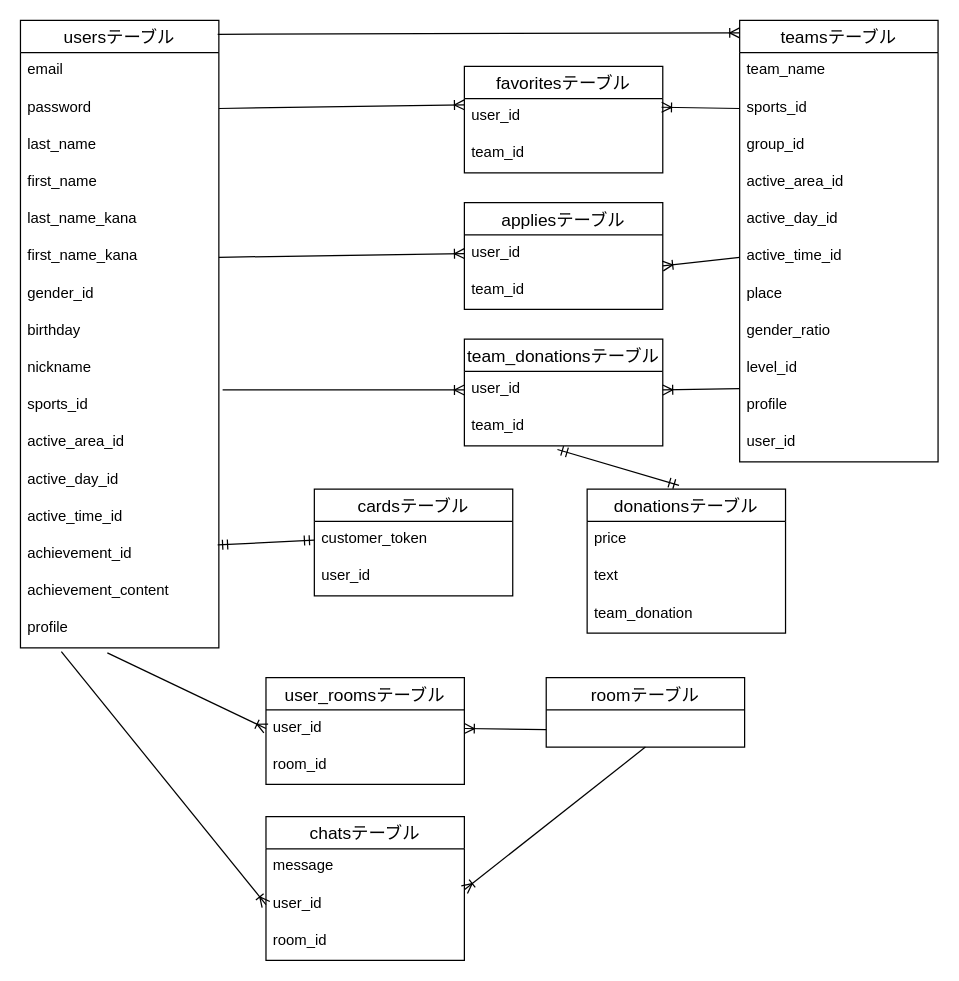
The draw.io diagram spotch.dio in HAYASHI65/spotch, before the edit. Source tidied: cells renumbered, new cells numbered last; positions are measured from the earlier drawing's top-left corner, leaving out a move shared by most shapes. Both pictures are drawn from the tidied source at 124%, with x=0, y=0 at pixel (20, 20).
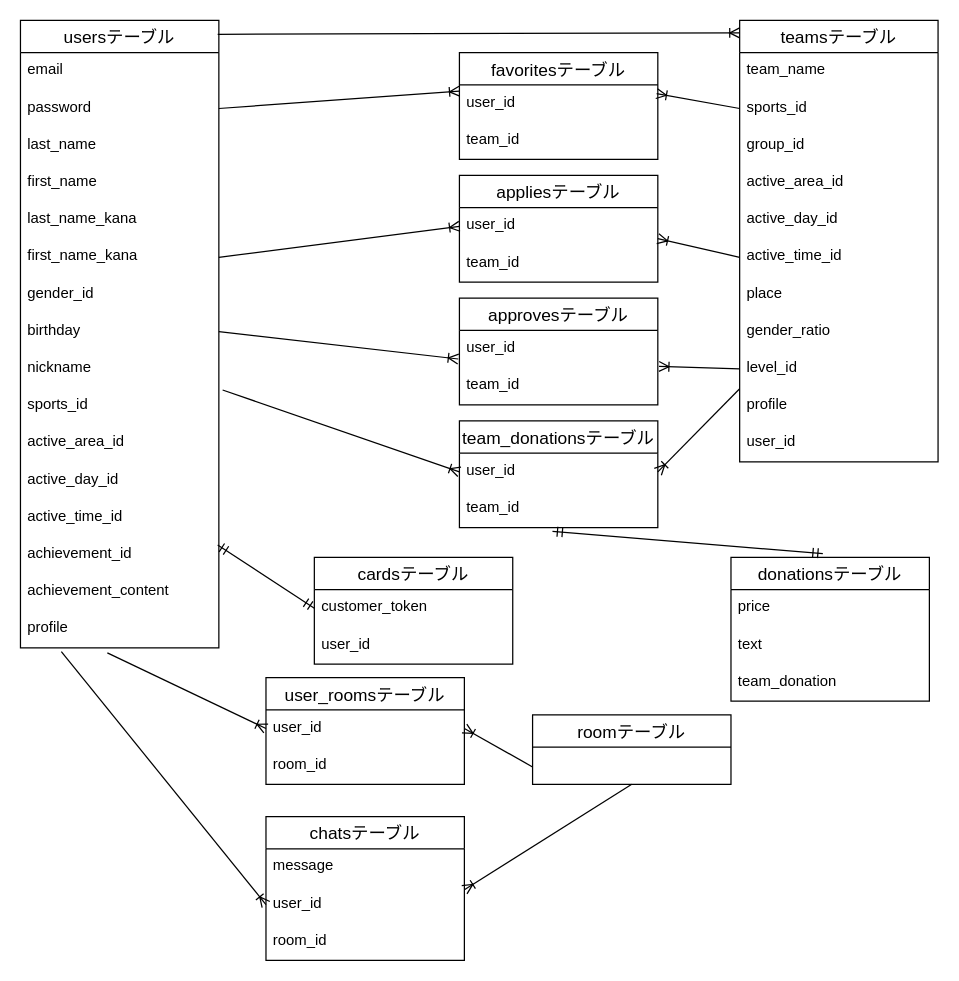
After the change.

Unchanged cells that the change refers to:
```xml
<mxCell id="10" value="birthday" style="text;strokeColor=none;fillColor=none;spacingLeft=4;spacingRight=4;overflow=hidden;points=[[0,0.5],[1,0.5]];portConstraint=eastwest;fontSize=12;" parent="2" vertex="1">
  <mxGeometry y="236" width="160" height="30" as="geometry" />
</mxCell>
<mxCell id="28" value="level_id" style="text;strokeColor=none;fillColor=none;spacingLeft=4;spacingRight=4;overflow=hidden;points=[[0,0.5],[1,0.5]];portConstraint=eastwest;fontSize=12;" parent="19" vertex="1">
  <mxGeometry y="266" width="160" height="30" as="geometry" />
</mxCell>
```

Diff of the diagram source:
```diff
@@
     <mxCell id="31" value="favoritesテーブル" style="swimlane;fontStyle=0;horizontal=1;startSize=26;align=center;fontSize=14;" parent="1" vertex="1">
-      <mxGeometry x="358" y="37" width="160" height="86" as="geometry" />
+      <mxGeometry x="354" y="26" width="160" height="86" as="geometry" />
     </mxCell>
@@
     <mxCell id="34" value="appliesテーブル" style="swimlane;fontStyle=0;horizontal=1;startSize=26;align=center;fontSize=14;" parent="1" vertex="1">
-      <mxGeometry x="358" y="147" width="160" height="86" as="geometry" />
+      <mxGeometry x="354" y="125" width="160" height="86" as="geometry" />
     </mxCell>
@@
     <mxCell id="37" value="cardsテーブル" style="swimlane;fontStyle=0;horizontal=1;startSize=26;align=center;fontSize=14;" parent="1" vertex="1">
-      <mxGeometry x="237" y="378" width="160" height="86" as="geometry" />
+      <mxGeometry x="237" y="433" width="160" height="86" as="geometry" />
     </mxCell>
@@
     <mxCell id="40" value="team_donationsテーブル" style="swimlane;fontStyle=0;horizontal=1;startSize=26;align=center;fontSize=14;" parent="1" vertex="1">
-      <mxGeometry x="358" y="257" width="160" height="86" as="geometry" />
+      <mxGeometry x="354" y="323" width="160" height="86" as="geometry" />
     </mxCell>
@@
     <mxCell id="43" value="donationsテーブル" style="swimlane;fontStyle=0;horizontal=1;startSize=26;align=center;fontSize=14;" parent="1" vertex="1">
-      <mxGeometry x="457" y="378" width="160" height="116" as="geometry" />
+      <mxGeometry x="573" y="433" width="160" height="116" as="geometry" />
     </mxCell>
@@
     <mxCell id="47" value="roomテーブル" style="swimlane;fontStyle=0;horizontal=1;startSize=26;align=center;fontSize=14;" parent="1" vertex="1">
-      <mxGeometry x="424" y="530" width="160" height="56" as="geometry" />
+      <mxGeometry x="413" y="560" width="160" height="56" as="geometry" />
     </mxCell>
@@
+    <mxCell id="68" value="approvesテーブル" style="swimlane;fontStyle=0;horizontal=1;startSize=26;align=center;fontSize=14;" parent="1" vertex="1">
+      <mxGeometry x="354" y="224" width="160" height="86" as="geometry" />
+    </mxCell>
+    <mxCell id="69" value="user_id" style="text;strokeColor=none;fillColor=none;spacingLeft=4;spacingRight=4;overflow=hidden;points=[[0,0.5],[1,0.5]];portConstraint=eastwest;fontSize=12;" parent="68" vertex="1">
+      <mxGeometry y="26" width="160" height="30" as="geometry" />
+    </mxCell>
+    <mxCell id="70" value="team_id" style="text;strokeColor=none;fillColor=none;spacingLeft=4;spacingRight=4;overflow=hidden;points=[[0,0.5],[1,0.5]];portConstraint=eastwest;fontSize=12;" parent="68" vertex="1">
+      <mxGeometry y="56" width="160" height="30" as="geometry" />
+    </mxCell>
+    <mxCell id="71" style="fontSize=12;html=1;endArrow=ERoneToMany;exitX=0;exitY=0.5;exitDx=0;exitDy=0;entryX=1.006;entryY=-0.033;entryDx=0;entryDy=0;entryPerimeter=0;" parent="1" edge="1" source="28" target="70">
+      <mxGeometry relative="1" as="geometry" />
+    </mxCell>
+    <mxCell id="72" style="fontSize=12;html=1;endArrow=ERoneToMany;exitX=1;exitY=0.5;exitDx=0;exitDy=0;entryX=-0.006;entryY=0.767;entryDx=0;entryDy=0;entryPerimeter=0;" parent="1" edge="1" source="10" target="69">
+      <mxGeometry relative="1" as="geometry" />
+    </mxCell>
```
